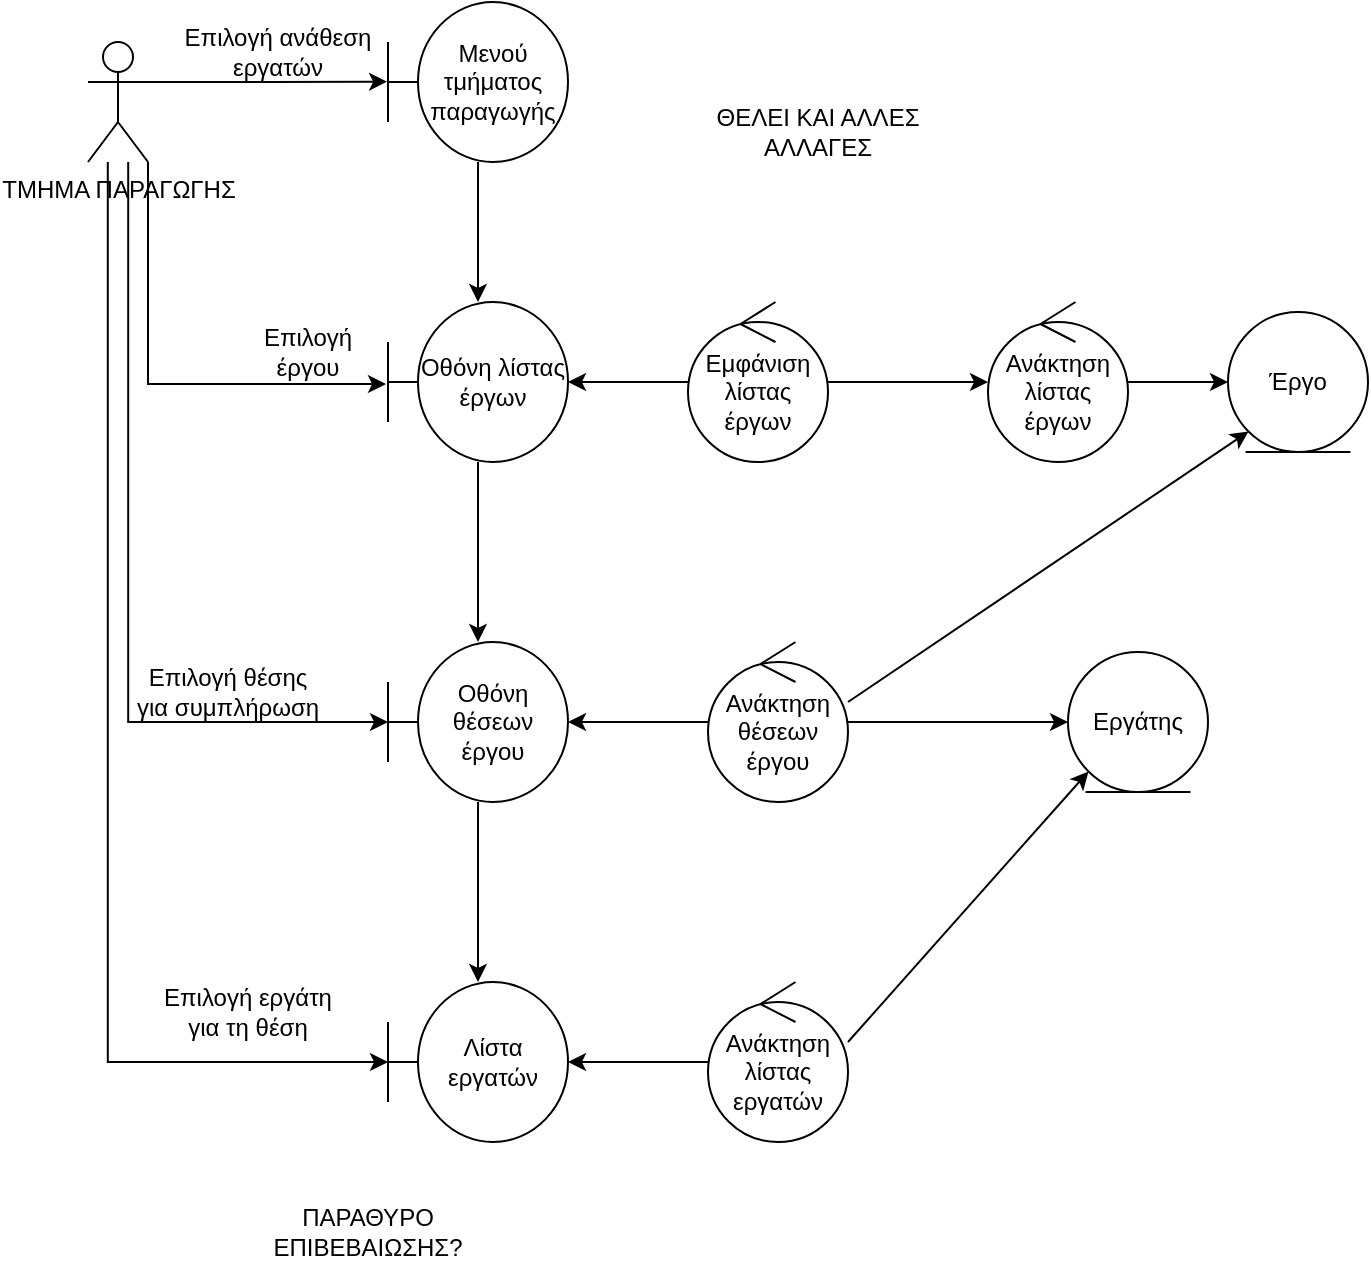
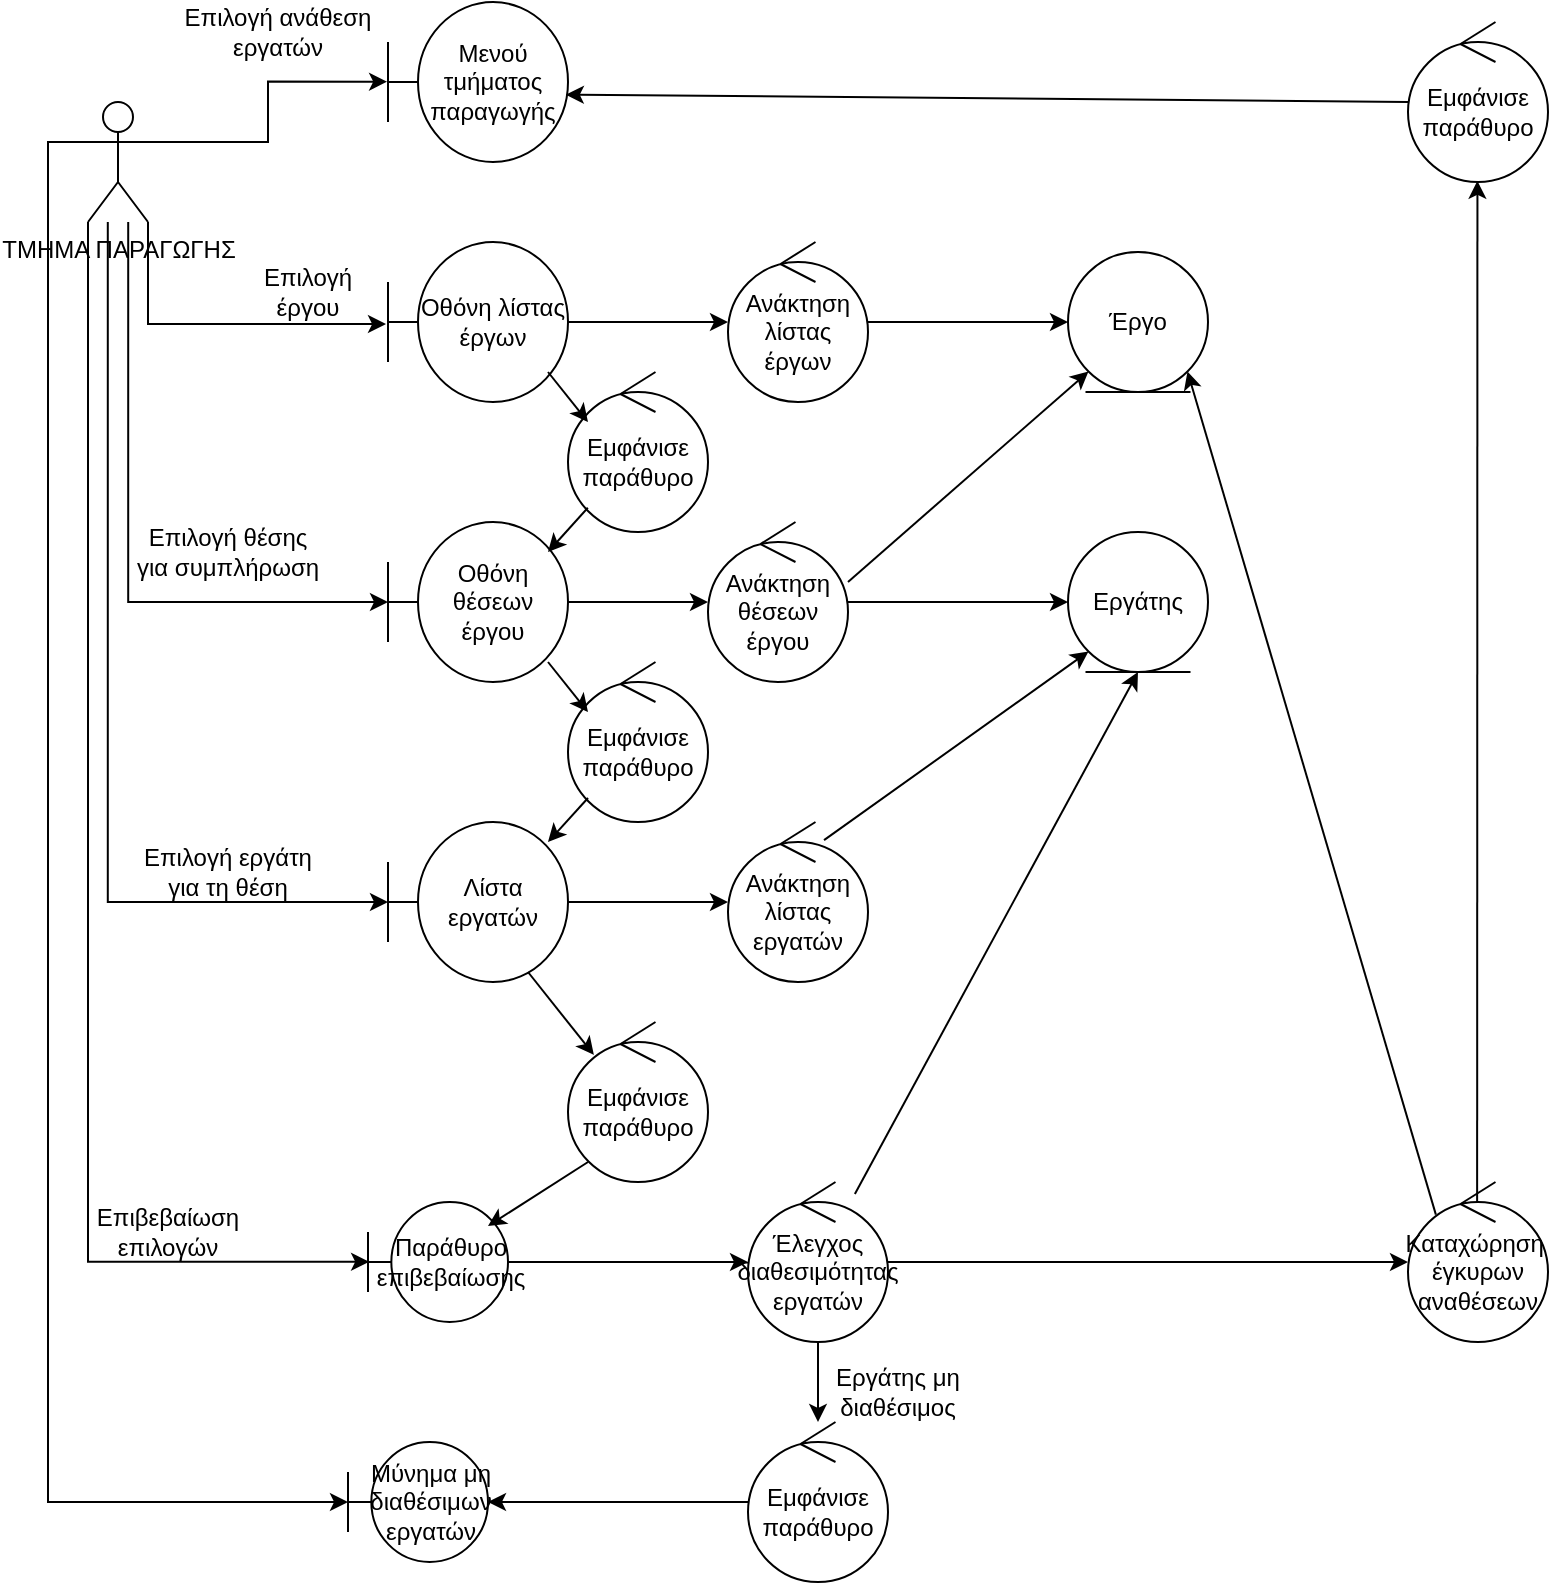
<mxfile host="Electron">
  <diagram name="Page-1" id="KaXBHMN9nKNjOLRxAqfw">
-     <mxGraphModel dx="1414" dy="883" grid="1" gridSize="10" guides="1" tooltips="1" connect="1" arrows="1" fold="1" page="1" pageScale="1" pageWidth="1169" pageHeight="827" math="0" shadow="0">
+     <mxGraphModel dx="1768" dy="1104" grid="1" gridSize="10" guides="1" tooltips="1" connect="1" arrows="1" fold="1" page="1" pageScale="1" pageWidth="1169" pageHeight="827" math="0" shadow="0">
      <root>
        <mxCell id="0" />
        <mxCell id="1" parent="0" />
        <mxCell id="WimlP_M1-8_oz9CWzMH8-31" edge="1" parent="1" source="C7lFtEQ3tHzBhNkcPl6a-1" style="edgeStyle=orthogonalEdgeStyle;rounded=0;orthogonalLoop=1;jettySize=auto;html=1;exitX=0.67;exitY=1;exitDx=0;exitDy=0;exitPerimeter=0;entryX=0;entryY=0.5;entryDx=0;entryDy=0;entryPerimeter=0;" target="WimlP_M1-8_oz9CWzMH8-18">
          <mxGeometry relative="1" as="geometry">
            <mxPoint x="69.82758620689651" y="410" as="targetPoint" />
          </mxGeometry>
        </mxCell>
        <mxCell id="WimlP_M1-8_oz9CWzMH8-32" edge="1" parent="1" source="C7lFtEQ3tHzBhNkcPl6a-1" style="edgeStyle=orthogonalEdgeStyle;rounded=0;orthogonalLoop=1;jettySize=auto;html=1;exitX=0.33;exitY=1;exitDx=0;exitDy=0;exitPerimeter=0;entryX=0;entryY=0.5;entryDx=0;entryDy=0;entryPerimeter=0;" target="WimlP_M1-8_oz9CWzMH8-29">
          <mxGeometry relative="1" as="geometry">
            <mxPoint x="60.17241379310349" y="580" as="targetPoint" />
          </mxGeometry>
        </mxCell>
        <mxCell id="C7lFtEQ3tHzBhNkcPl6a-1" parent="1" style="shape=umlActor;verticalLabelPosition=bottom;verticalAlign=top;html=1;outlineConnect=0;points=[[0,0.3333333333333333,0,0,0],[0,1,0,0,0],[0.25,0.1,0,0,0],[0.33,1,0,0,0],[0.5,0,0,0,0],[0.5,0.5,0,0,0],[0.67,1,0,0,0],[0.75,0.1,0,0,0],[1,0.3333333333333333,0,0,0],[1,1,0,0,0]];" value="ΤΜΗΜΑ ΠΑΡΑΓΩΓΗΣ" vertex="1">
          <mxGeometry height="60" width="30" x="50" y="60" as="geometry" />
        </mxCell>
-         <mxCell id="WimlP_M1-8_oz9CWzMH8-6" edge="1" parent="1" source="WimlP_M1-8_oz9CWzMH8-1" style="edgeStyle=orthogonalEdgeStyle;rounded=0;orthogonalLoop=1;jettySize=auto;html=1;" target="WimlP_M1-8_oz9CWzMH8-5" value="">
-           <mxGeometry relative="1" as="geometry" />
-         </mxCell>
        <mxCell id="WimlP_M1-8_oz9CWzMH8-1" parent="1" style="shape=umlBoundary;whiteSpace=wrap;html=1;" value="Μενού τμήματος παραγωγής" vertex="1">
-           <mxGeometry height="80" width="90" x="200" y="40" as="geometry" />
+           <mxGeometry height="80" width="90" x="200" y="10" as="geometry" />
        </mxCell>
        <mxCell id="WimlP_M1-8_oz9CWzMH8-2" edge="1" parent="1" source="C7lFtEQ3tHzBhNkcPl6a-1" style="edgeStyle=orthogonalEdgeStyle;rounded=0;orthogonalLoop=1;jettySize=auto;html=1;exitX=1;exitY=0.3333333333333333;exitDx=0;exitDy=0;exitPerimeter=0;entryX=-0.005;entryY=0.498;entryDx=0;entryDy=0;entryPerimeter=0;" target="WimlP_M1-8_oz9CWzMH8-1">
          <mxGeometry relative="1" as="geometry" />
        </mxCell>
-         <mxCell id="WimlP_M1-8_oz9CWzMH8-19" edge="1" parent="1" source="WimlP_M1-8_oz9CWzMH8-5" style="edgeStyle=orthogonalEdgeStyle;rounded=0;orthogonalLoop=1;jettySize=auto;html=1;" target="WimlP_M1-8_oz9CWzMH8-18" value="">
+         <mxCell id="R47Cabm8wnGfZ4KPIfWC-13" edge="1" parent="1" source="WimlP_M1-8_oz9CWzMH8-5" style="edgeStyle=orthogonalEdgeStyle;rounded=0;orthogonalLoop=1;jettySize=auto;html=1;" target="WimlP_M1-8_oz9CWzMH8-15" value="">
          <mxGeometry relative="1" as="geometry" />
        </mxCell>
        <mxCell id="WimlP_M1-8_oz9CWzMH8-5" parent="1" style="shape=umlBoundary;whiteSpace=wrap;html=1;" value="Οθόνη λίστας έργων" vertex="1">
-           <mxGeometry height="80" width="90" x="200" y="190" as="geometry" />
+           <mxGeometry height="80" width="90" x="200" y="130" as="geometry" />
        </mxCell>
        <mxCell id="WimlP_M1-8_oz9CWzMH8-7" edge="1" parent="1" source="C7lFtEQ3tHzBhNkcPl6a-1" style="edgeStyle=orthogonalEdgeStyle;rounded=0;orthogonalLoop=1;jettySize=auto;html=1;exitX=1;exitY=1;exitDx=0;exitDy=0;exitPerimeter=0;entryX=-0.011;entryY=0.513;entryDx=0;entryDy=0;entryPerimeter=0;" target="WimlP_M1-8_oz9CWzMH8-5">
          <mxGeometry relative="1" as="geometry" />
        </mxCell>
        <mxCell id="WimlP_M1-8_oz9CWzMH8-9" parent="1" style="text;html=1;whiteSpace=wrap;strokeColor=none;fillColor=none;align=center;verticalAlign=middle;rounded=0;" value="Επιλογή ανάθεση εργατών" vertex="1">
-           <mxGeometry height="30" width="110" x="90" y="50" as="geometry" />
+           <mxGeometry height="30" width="110" x="90" y="10" as="geometry" />
        </mxCell>
        <mxCell id="WimlP_M1-8_oz9CWzMH8-11" parent="1" style="text;html=1;whiteSpace=wrap;strokeColor=none;fillColor=none;align=center;verticalAlign=middle;rounded=0;" value="Επιλογή έργου" vertex="1">
-           <mxGeometry height="30" width="60" x="130" y="200" as="geometry" />
-         </mxCell>
-         <mxCell id="WimlP_M1-8_oz9CWzMH8-12" edge="1" parent="1" source="WimlP_M1-8_oz9CWzMH8-13" style="edgeStyle=orthogonalEdgeStyle;rounded=0;orthogonalLoop=1;jettySize=auto;html=1;" target="WimlP_M1-8_oz9CWzMH8-15" value="">
-           <mxGeometry relative="1" as="geometry" />
-         </mxCell>
-         <mxCell id="WimlP_M1-8_oz9CWzMH8-17" edge="1" parent="1" source="WimlP_M1-8_oz9CWzMH8-13" style="edgeStyle=orthogonalEdgeStyle;rounded=0;orthogonalLoop=1;jettySize=auto;html=1;" target="WimlP_M1-8_oz9CWzMH8-5" value="">
-           <mxGeometry relative="1" as="geometry" />
-         </mxCell>
-         <mxCell id="WimlP_M1-8_oz9CWzMH8-13" parent="1" style="ellipse;shape=umlControl;whiteSpace=wrap;html=1;" value="Εμφάνιση λίστας έργων" vertex="1">
-           <mxGeometry height="80" width="70" x="350" y="190" as="geometry" />
+           <mxGeometry height="30" width="60" x="130" y="140" as="geometry" />
        </mxCell>
        <mxCell id="WimlP_M1-8_oz9CWzMH8-14" edge="1" parent="1" source="WimlP_M1-8_oz9CWzMH8-15" style="edgeStyle=orthogonalEdgeStyle;rounded=0;orthogonalLoop=1;jettySize=auto;html=1;" target="WimlP_M1-8_oz9CWzMH8-16" value="">
          <mxGeometry relative="1" as="geometry" />
        </mxCell>
        <mxCell id="WimlP_M1-8_oz9CWzMH8-15" parent="1" style="ellipse;shape=umlControl;whiteSpace=wrap;html=1;" value="Ανάκτηση λίστας έργων" vertex="1">
-           <mxGeometry height="80" width="70" x="500" y="190" as="geometry" />
+           <mxGeometry height="80" width="70" x="370" y="130" as="geometry" />
        </mxCell>
        <mxCell id="WimlP_M1-8_oz9CWzMH8-16" parent="1" style="ellipse;shape=umlEntity;whiteSpace=wrap;html=1;" value="Έργο" vertex="1">
-           <mxGeometry height="70" width="70" x="620" y="195" as="geometry" />
-         </mxCell>
-         <mxCell id="WimlP_M1-8_oz9CWzMH8-30" edge="1" parent="1" source="WimlP_M1-8_oz9CWzMH8-18" style="edgeStyle=none;rounded=0;orthogonalLoop=1;jettySize=auto;html=1;" target="WimlP_M1-8_oz9CWzMH8-29" value="">
+           <mxGeometry height="70" width="70" x="540" y="135" as="geometry" />
+         </mxCell>
+         <mxCell id="R47Cabm8wnGfZ4KPIfWC-10" edge="1" parent="1" source="WimlP_M1-8_oz9CWzMH8-18" style="edgeStyle=orthogonalEdgeStyle;rounded=0;orthogonalLoop=1;jettySize=auto;html=1;" target="WimlP_M1-8_oz9CWzMH8-20" value="">
          <mxGeometry relative="1" as="geometry" />
        </mxCell>
        <mxCell id="WimlP_M1-8_oz9CWzMH8-18" parent="1" style="shape=umlBoundary;whiteSpace=wrap;html=1;" value="Οθόνη θέσεων έργου" vertex="1">
-           <mxGeometry height="80" width="90" x="200" y="360" as="geometry" />
-         </mxCell>
-         <mxCell id="WimlP_M1-8_oz9CWzMH8-21" edge="1" parent="1" source="WimlP_M1-8_oz9CWzMH8-20" style="edgeStyle=orthogonalEdgeStyle;rounded=0;orthogonalLoop=1;jettySize=auto;html=1;" target="WimlP_M1-8_oz9CWzMH8-18" value="">
-           <mxGeometry relative="1" as="geometry" />
+           <mxGeometry height="80" width="90" x="200" y="270" as="geometry" />
        </mxCell>
        <mxCell id="WimlP_M1-8_oz9CWzMH8-35" edge="1" parent="1" source="WimlP_M1-8_oz9CWzMH8-20" style="edgeStyle=none;rounded=0;orthogonalLoop=1;jettySize=auto;html=1;" target="WimlP_M1-8_oz9CWzMH8-26" value="">
          <mxGeometry relative="1" as="geometry" />
        </mxCell>
        <mxCell id="WimlP_M1-8_oz9CWzMH8-20" parent="1" style="ellipse;shape=umlControl;whiteSpace=wrap;html=1;" value="Ανάκτηση θέσεων έργου" vertex="1">
-           <mxGeometry height="80" width="70" x="360" y="360" as="geometry" />
+           <mxGeometry height="80" width="70" x="360" y="270" as="geometry" />
        </mxCell>
        <mxCell id="WimlP_M1-8_oz9CWzMH8-22" edge="1" parent="1" source="WimlP_M1-8_oz9CWzMH8-20" style="endArrow=classic;html=1;rounded=0;exitX=1;exitY=0.375;exitDx=0;exitDy=0;exitPerimeter=0;entryX=0;entryY=1;entryDx=0;entryDy=0;" target="WimlP_M1-8_oz9CWzMH8-16" value="">
          <mxGeometry height="50" relative="1" width="50" as="geometry">
            <mxPoint x="610" y="410" as="sourcePoint" />
            <mxPoint x="660" y="360" as="targetPoint" />
          </mxGeometry>
        </mxCell>
        <mxCell id="WimlP_M1-8_oz9CWzMH8-25" parent="1" style="text;html=1;whiteSpace=wrap;strokeColor=none;fillColor=none;align=center;verticalAlign=middle;rounded=0;" value="Επιλογή θέσης για συμπλήρωση" vertex="1">
-           <mxGeometry height="30" width="100" x="70" y="370" as="geometry" />
+           <mxGeometry height="30" width="100" x="70" y="270" as="geometry" />
        </mxCell>
        <mxCell id="WimlP_M1-8_oz9CWzMH8-26" parent="1" style="ellipse;shape=umlEntity;whiteSpace=wrap;html=1;" value="Εργάτης" vertex="1">
-           <mxGeometry height="70" width="70" x="540" y="365" as="geometry" />
+           <mxGeometry height="70" width="70" x="540" y="275" as="geometry" />
+         </mxCell>
+         <mxCell id="R47Cabm8wnGfZ4KPIfWC-32" edge="1" parent="1" source="WimlP_M1-8_oz9CWzMH8-29" style="edgeStyle=orthogonalEdgeStyle;rounded=0;orthogonalLoop=1;jettySize=auto;html=1;" target="WimlP_M1-8_oz9CWzMH8-36" value="">
+           <mxGeometry relative="1" as="geometry" />
        </mxCell>
        <mxCell id="WimlP_M1-8_oz9CWzMH8-29" parent="1" style="shape=umlBoundary;whiteSpace=wrap;html=1;" value="Λίστα εργατών" vertex="1">
-           <mxGeometry height="80" width="90" x="200" y="530" as="geometry" />
+           <mxGeometry height="80" width="90" x="200" y="420" as="geometry" />
        </mxCell>
        <mxCell id="WimlP_M1-8_oz9CWzMH8-33" parent="1" style="text;html=1;whiteSpace=wrap;strokeColor=none;fillColor=none;align=center;verticalAlign=middle;rounded=0;" value="Επιλογή εργάτη για τη θέση" vertex="1">
-           <mxGeometry height="30" width="100" x="80" y="530" as="geometry" />
-         </mxCell>
-         <mxCell id="WimlP_M1-8_oz9CWzMH8-37" edge="1" parent="1" source="WimlP_M1-8_oz9CWzMH8-36" style="edgeStyle=none;rounded=0;orthogonalLoop=1;jettySize=auto;html=1;" target="WimlP_M1-8_oz9CWzMH8-29" value="">
-           <mxGeometry relative="1" as="geometry" />
+           <mxGeometry height="30" width="100" x="70" y="430" as="geometry" />
        </mxCell>
        <mxCell id="WimlP_M1-8_oz9CWzMH8-36" parent="1" style="ellipse;shape=umlControl;whiteSpace=wrap;html=1;" value="Ανάκτηση λίστας εργατών" vertex="1">
-           <mxGeometry height="80" width="70" x="360" y="530" as="geometry" />
-         </mxCell>
-         <mxCell id="WimlP_M1-8_oz9CWzMH8-38" edge="1" parent="1" style="endArrow=classic;html=1;rounded=0;entryX=0;entryY=1;entryDx=0;entryDy=0;" target="WimlP_M1-8_oz9CWzMH8-26" value="">
+           <mxGeometry height="80" width="70" x="370" y="420" as="geometry" />
+         </mxCell>
+         <mxCell id="WimlP_M1-8_oz9CWzMH8-38" edge="1" parent="1" source="WimlP_M1-8_oz9CWzMH8-36" style="endArrow=classic;html=1;rounded=0;entryX=0;entryY=1;entryDx=0;entryDy=0;exitX=0.686;exitY=0.113;exitDx=0;exitDy=0;exitPerimeter=0;" target="WimlP_M1-8_oz9CWzMH8-26" value="">
          <mxGeometry height="50" relative="1" width="50" as="geometry">
            <mxPoint x="430" y="560" as="sourcePoint" />
            <mxPoint x="480" y="510" as="targetPoint" />
          </mxGeometry>
        </mxCell>
-         <mxCell id="WimlP_M1-8_oz9CWzMH8-39" parent="1" style="text;html=1;whiteSpace=wrap;strokeColor=none;fillColor=none;align=center;verticalAlign=middle;rounded=0;" value="ΘΕΛΕΙ ΚΑΙ ΑΛΛΕΣ ΑΛΛΑΓΕΣ" vertex="1">
-           <mxGeometry height="30" width="110" x="360" y="90" as="geometry" />
-         </mxCell>
-         <mxCell id="WimlP_M1-8_oz9CWzMH8-40" parent="1" style="text;html=1;whiteSpace=wrap;strokeColor=none;fillColor=none;align=center;verticalAlign=middle;rounded=0;" value="ΠΑΡΑΘΥΡΟ ΕΠΙΒΕΒΑΙΩΣΗΣ?" vertex="1">
-           <mxGeometry height="30" width="60" x="160" y="640" as="geometry" />
+         <mxCell id="R47Cabm8wnGfZ4KPIfWC-33" edge="1" parent="1" source="R47Cabm8wnGfZ4KPIfWC-2" style="edgeStyle=orthogonalEdgeStyle;rounded=0;orthogonalLoop=1;jettySize=auto;html=1;" target="R47Cabm8wnGfZ4KPIfWC-28" value="">
+           <mxGeometry relative="1" as="geometry" />
+         </mxCell>
+         <mxCell id="R47Cabm8wnGfZ4KPIfWC-2" parent="1" style="shape=umlBoundary;whiteSpace=wrap;html=1;" value="Παράθυρο επιβεβαίωσης" vertex="1">
+           <mxGeometry height="60" width="70" x="190" y="610" as="geometry" />
+         </mxCell>
+         <mxCell id="R47Cabm8wnGfZ4KPIfWC-42" edge="1" parent="1" source="R47Cabm8wnGfZ4KPIfWC-3" style="edgeStyle=orthogonalEdgeStyle;rounded=0;orthogonalLoop=1;jettySize=auto;html=1;" target="R47Cabm8wnGfZ4KPIfWC-37" value="">
+           <mxGeometry relative="1" as="geometry" />
+         </mxCell>
+         <mxCell id="R47Cabm8wnGfZ4KPIfWC-3" parent="1" style="ellipse;shape=umlControl;whiteSpace=wrap;html=1;" value="Εμφάνισε παράθυρο" vertex="1">
+           <mxGeometry height="80" width="70" x="380" y="720" as="geometry" />
+         </mxCell>
+         <mxCell id="R47Cabm8wnGfZ4KPIfWC-9" parent="1" style="text;html=1;whiteSpace=wrap;strokeColor=none;fillColor=none;align=center;verticalAlign=middle;rounded=0;" value="Επιβεβαίωση επιλογών" vertex="1">
+           <mxGeometry height="30" width="60" x="60" y="610" as="geometry" />
+         </mxCell>
+         <mxCell id="R47Cabm8wnGfZ4KPIfWC-15" edge="1" parent="1" source="C7lFtEQ3tHzBhNkcPl6a-1" style="endArrow=classic;html=1;rounded=0;edgeStyle=orthogonalEdgeStyle;exitX=0;exitY=1;exitDx=0;exitDy=0;exitPerimeter=0;entryX=0.008;entryY=0.498;entryDx=0;entryDy=0;entryPerimeter=0;" target="R47Cabm8wnGfZ4KPIfWC-2" value="">
+           <mxGeometry height="50" relative="1" width="50" as="geometry">
+             <mxPoint x="860" y="390" as="sourcePoint" />
+             <mxPoint x="910" y="340" as="targetPoint" />
+           </mxGeometry>
+         </mxCell>
+         <mxCell id="R47Cabm8wnGfZ4KPIfWC-35" edge="1" parent="1" source="R47Cabm8wnGfZ4KPIfWC-28" style="edgeStyle=orthogonalEdgeStyle;rounded=0;orthogonalLoop=1;jettySize=auto;html=1;" target="R47Cabm8wnGfZ4KPIfWC-34" value="">
+           <mxGeometry relative="1" as="geometry" />
+         </mxCell>
+         <mxCell id="R47Cabm8wnGfZ4KPIfWC-40" edge="1" parent="1" source="R47Cabm8wnGfZ4KPIfWC-28" style="edgeStyle=orthogonalEdgeStyle;rounded=0;orthogonalLoop=1;jettySize=auto;html=1;" target="R47Cabm8wnGfZ4KPIfWC-3" value="">
+           <mxGeometry relative="1" as="geometry" />
+         </mxCell>
+         <mxCell id="R47Cabm8wnGfZ4KPIfWC-28" parent="1" style="ellipse;shape=umlControl;whiteSpace=wrap;html=1;" value="Έλεγχος διαθεσιμότητας εργατών" vertex="1">
+           <mxGeometry height="80" width="70" x="380" y="600" as="geometry" />
+         </mxCell>
+         <mxCell id="R47Cabm8wnGfZ4KPIfWC-34" parent="1" style="ellipse;shape=umlControl;whiteSpace=wrap;html=1;" value="Καταχώρηση&amp;nbsp;&lt;div&gt;έγκυρων αναθέσεων&lt;/div&gt;" vertex="1">
+           <mxGeometry height="80" width="70" x="710" y="600" as="geometry" />
+         </mxCell>
+         <mxCell id="R47Cabm8wnGfZ4KPIfWC-37" parent="1" style="shape=umlBoundary;whiteSpace=wrap;html=1;" value="Μύνημα μη διαθέσιμων εργατών" vertex="1">
+           <mxGeometry height="60" width="70" x="180" y="730" as="geometry" />
+         </mxCell>
+         <mxCell id="R47Cabm8wnGfZ4KPIfWC-38" edge="1" parent="1" source="R47Cabm8wnGfZ4KPIfWC-28" style="endArrow=classic;html=1;rounded=0;entryX=0.5;entryY=1;entryDx=0;entryDy=0;" target="WimlP_M1-8_oz9CWzMH8-26" value="">
+           <mxGeometry height="50" relative="1" width="50" as="geometry">
+             <mxPoint x="480" y="470" as="sourcePoint" />
+             <mxPoint x="530" y="420" as="targetPoint" />
+           </mxGeometry>
+         </mxCell>
+         <mxCell id="R47Cabm8wnGfZ4KPIfWC-41" parent="1" style="text;html=1;whiteSpace=wrap;strokeColor=none;fillColor=none;align=center;verticalAlign=middle;rounded=0;" value="Εργάτης μη διαθέσιμος" vertex="1">
+           <mxGeometry height="30" width="70" x="420" y="690" as="geometry" />
+         </mxCell>
+         <mxCell id="R47Cabm8wnGfZ4KPIfWC-43" edge="1" parent="1" source="C7lFtEQ3tHzBhNkcPl6a-1" style="edgeStyle=orthogonalEdgeStyle;rounded=0;orthogonalLoop=1;jettySize=auto;html=1;exitX=0;exitY=0.3333333333333333;exitDx=0;exitDy=0;exitPerimeter=0;entryX=0;entryY=0.5;entryDx=0;entryDy=0;entryPerimeter=0;" target="R47Cabm8wnGfZ4KPIfWC-37">
+           <mxGeometry relative="1" as="geometry" />
+         </mxCell>
+         <mxCell id="R47Cabm8wnGfZ4KPIfWC-44" parent="1" style="ellipse;shape=umlControl;whiteSpace=wrap;html=1;" value="Εμφάνισε παράθυρο" vertex="1">
+           <mxGeometry height="80" width="70" x="710" y="20" as="geometry" />
+         </mxCell>
+         <mxCell id="R47Cabm8wnGfZ4KPIfWC-47" edge="1" parent="1" style="endArrow=classic;html=1;rounded=0;" value="">
+           <mxGeometry height="50" relative="1" width="50" as="geometry">
+             <mxPoint x="744.57" y="610" as="sourcePoint" />
+             <mxPoint x="744.71" y="99.42857142857143" as="targetPoint" />
+           </mxGeometry>
+         </mxCell>
+         <mxCell id="R47Cabm8wnGfZ4KPIfWC-48" parent="1" style="ellipse;shape=umlControl;whiteSpace=wrap;html=1;" value="Εμφάνισε παράθυρο" vertex="1">
+           <mxGeometry height="80" width="70" x="290" y="195" as="geometry" />
+         </mxCell>
+         <mxCell id="R47Cabm8wnGfZ4KPIfWC-49" parent="1" style="ellipse;shape=umlControl;whiteSpace=wrap;html=1;" value="Εμφάνισε παράθυρο" vertex="1">
+           <mxGeometry height="80" width="70" x="290" y="340" as="geometry" />
+         </mxCell>
+         <mxCell id="R47Cabm8wnGfZ4KPIfWC-50" parent="1" style="ellipse;shape=umlControl;whiteSpace=wrap;html=1;" value="Εμφάνισε παράθυρο" vertex="1">
+           <mxGeometry height="80" width="70" x="290" y="520" as="geometry" />
+         </mxCell>
+         <mxCell id="R47Cabm8wnGfZ4KPIfWC-51" edge="1" parent="1" source="R47Cabm8wnGfZ4KPIfWC-44" style="endArrow=classic;html=1;rounded=0;entryX=0.988;entryY=0.579;entryDx=0;entryDy=0;entryPerimeter=0;exitX=0;exitY=0.5;exitDx=0;exitDy=0;exitPerimeter=0;" target="WimlP_M1-8_oz9CWzMH8-1" value="">
+           <mxGeometry height="50" relative="1" width="50" as="geometry">
+             <mxPoint x="630" y="60" as="sourcePoint" />
+             <mxPoint x="440" y="60" as="targetPoint" />
+           </mxGeometry>
+         </mxCell>
+         <mxCell id="R47Cabm8wnGfZ4KPIfWC-52" edge="1" parent="1" style="endArrow=classic;html=1;rounded=0;" value="">
+           <mxGeometry height="50" relative="1" width="50" as="geometry">
+             <mxPoint x="280" y="195" as="sourcePoint" />
+             <mxPoint x="300" y="220" as="targetPoint" />
+           </mxGeometry>
+         </mxCell>
+         <mxCell id="R47Cabm8wnGfZ4KPIfWC-53" edge="1" parent="1" source="R47Cabm8wnGfZ4KPIfWC-48" style="endArrow=classic;html=1;rounded=0;" value="">
+           <mxGeometry height="50" relative="1" width="50" as="geometry">
+             <mxPoint x="290" y="270" as="sourcePoint" />
+             <mxPoint x="280" y="285" as="targetPoint" />
+           </mxGeometry>
+         </mxCell>
+         <mxCell id="R47Cabm8wnGfZ4KPIfWC-54" edge="1" parent="1" style="endArrow=classic;html=1;rounded=0;" value="">
+           <mxGeometry height="50" relative="1" width="50" as="geometry">
+             <mxPoint x="280" y="340" as="sourcePoint" />
+             <mxPoint x="300" y="365" as="targetPoint" />
+           </mxGeometry>
+         </mxCell>
+         <mxCell id="R47Cabm8wnGfZ4KPIfWC-55" edge="1" parent="1" style="endArrow=classic;html=1;rounded=0;" value="">
+           <mxGeometry height="50" relative="1" width="50" as="geometry">
+             <mxPoint x="300" y="408" as="sourcePoint" />
+             <mxPoint x="280" y="430" as="targetPoint" />
+           </mxGeometry>
+         </mxCell>
+         <mxCell id="R47Cabm8wnGfZ4KPIfWC-56" edge="1" parent="1" style="endArrow=classic;html=1;rounded=0;entryX=0.185;entryY=0.206;entryDx=0;entryDy=0;entryPerimeter=0;" target="R47Cabm8wnGfZ4KPIfWC-50" value="">
+           <mxGeometry height="50" relative="1" width="50" as="geometry">
+             <mxPoint x="270" y="495" as="sourcePoint" />
+             <mxPoint x="290" y="520" as="targetPoint" />
+           </mxGeometry>
+         </mxCell>
+         <mxCell id="R47Cabm8wnGfZ4KPIfWC-57" edge="1" parent="1" source="R47Cabm8wnGfZ4KPIfWC-50" style="endArrow=classic;html=1;rounded=0;exitX=0.143;exitY=0.875;exitDx=0;exitDy=0;exitPerimeter=0;" value="">
+           <mxGeometry height="50" relative="1" width="50" as="geometry">
+             <mxPoint x="270" y="600" as="sourcePoint" />
+             <mxPoint x="250" y="622" as="targetPoint" />
+           </mxGeometry>
+         </mxCell>
+         <mxCell id="R47Cabm8wnGfZ4KPIfWC-58" edge="1" parent="1" source="R47Cabm8wnGfZ4KPIfWC-34" style="endArrow=classic;html=1;rounded=0;entryX=1;entryY=1;entryDx=0;entryDy=0;exitX=0.199;exitY=0.204;exitDx=0;exitDy=0;exitPerimeter=0;" target="WimlP_M1-8_oz9CWzMH8-16" value="">
+           <mxGeometry height="50" relative="1" width="50" as="geometry">
+             <mxPoint x="620" y="270" as="sourcePoint" />
+             <mxPoint x="670" y="220" as="targetPoint" />
+           </mxGeometry>
        </mxCell>
      </root>
    </mxGraphModel>
  </diagram>
</mxfile>
